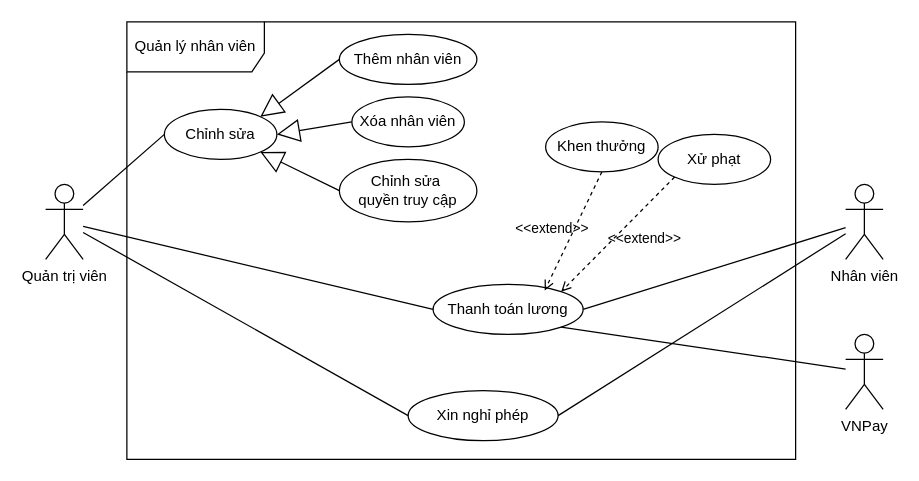
Before: Use Case Diagram/xml/Quản-Lý-Nhân-Viên.drawio in dvhAoU1374/IT3120-PTTKHT, a draw.io diagram. Source tidied: cells renumbered, new cells numbered last; positions are measured from the earlier drawing's top-left corner, leaving out a move shared by most shapes. Both pictures are drawn from the tidied source at 125%, with x=0, y=0 at pixel (45, 21).
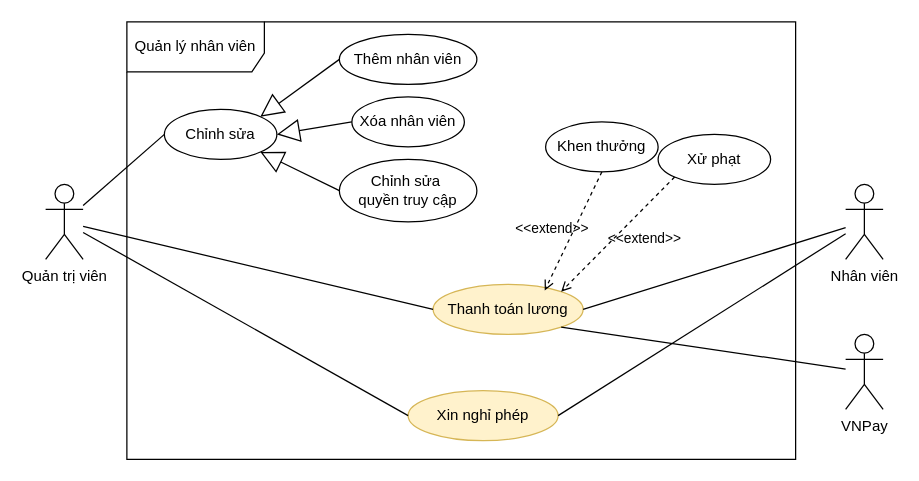
After the change.

Unchanged cells that the change refers to:
```xml
<mxCell id="2" value="Quản lý nhân viên" style="shape=umlFrame;whiteSpace=wrap;html=1;width=110;height=40;" parent="1" vertex="1">
  <mxGeometry x="65" width="535" height="350" as="geometry" />
</mxCell>
```

The edit, as a diff of the source:
```diff
@@
-    <mxCell id="10" value="Thanh toán lương" style="ellipse;whiteSpace=wrap;html=1;" parent="2" vertex="1">
+    <mxCell id="10" value="Thanh toán lương" style="ellipse;whiteSpace=wrap;html=1;fillColor=#fff2cc;strokeColor=#d6b656;" parent="2" vertex="1">
       <mxGeometry x="245" y="210" width="120" height="40" as="geometry" />
     </mxCell>
-    <mxCell id="11" value="Xin nghỉ phép" style="ellipse;whiteSpace=wrap;html=1;" parent="2" vertex="1">
+    <mxCell id="11" value="Xin nghỉ phép" style="ellipse;whiteSpace=wrap;html=1;fillColor=#fff2cc;strokeColor=#d6b656;" parent="2" vertex="1">
       <mxGeometry x="225" y="295" width="120" height="40" as="geometry" />
     </mxCell>
```
